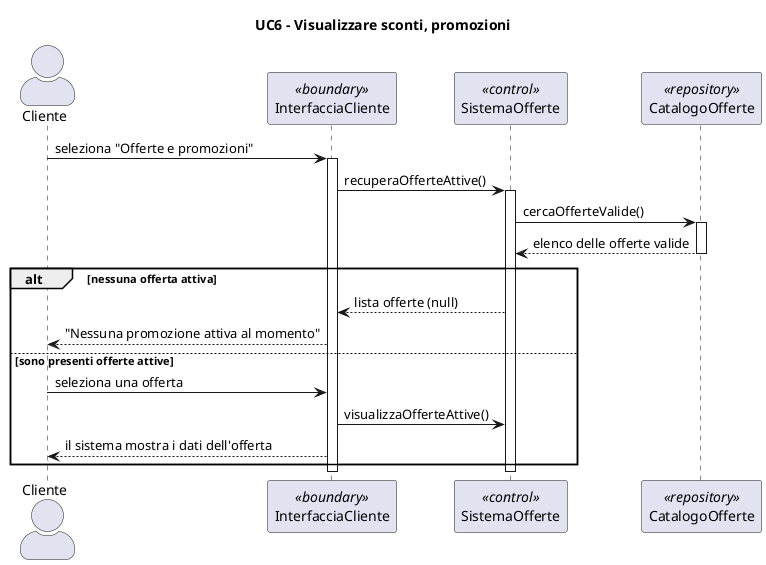
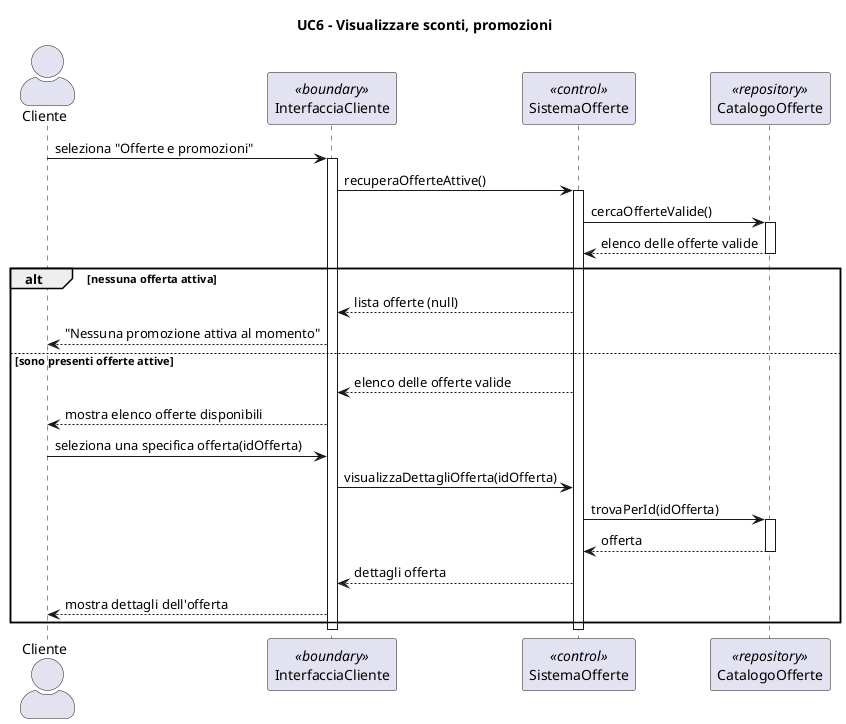
@startuml

skinparam actorStyle awesome
title UC6 - Visualizzare sconti, promozioni

actor Cliente
participant "InterfacciaCliente" as Boundary <<boundary>>
participant "SistemaOfferte" as Control <<control>>
participant "CatalogoOfferte" as Repo <<repository>>

Cliente -> Boundary : seleziona "Offerte e promozioni"
activate Boundary

Boundary -> Control : recuperaOfferteAttive()
activate Control

Control -> Repo : cercaOfferteValide()
activate Repo
Repo --> Control : elenco delle offerte valide
deactivate Repo

alt nessuna offerta attiva
- 
    Control --> Boundary : lista offerte (null)
    Boundary --> Cliente : "Nessuna promozione attiva al momento"
else sono presenti offerte attive
-     Cliente -> Boundary : seleziona una offerta
-     Boundary -> Control: visualizzaOfferteAttive()
-     Boundary--> Cliente : il sistema mostra i dati dell'offerta
+     Control --> Boundary : elenco delle offerte valide
+     Boundary --> Cliente : mostra elenco offerte disponibili
+ 
+     Cliente -> Boundary : seleziona una specifica offerta(idOfferta)
+     Boundary -> Control: visualizzaDettagliOfferta(idOfferta)
+ 
+     Control -> Repo : trovaPerId(idOfferta)
+     activate Repo
+     Repo --> Control : offerta
+     deactivate Repo
+ 
+     Control --> Boundary : dettagli offerta
+     Boundary --> Cliente : mostra dettagli dell'offerta
end

deactivate Control
deactivate Boundary

- @enduml
+ @endluml
